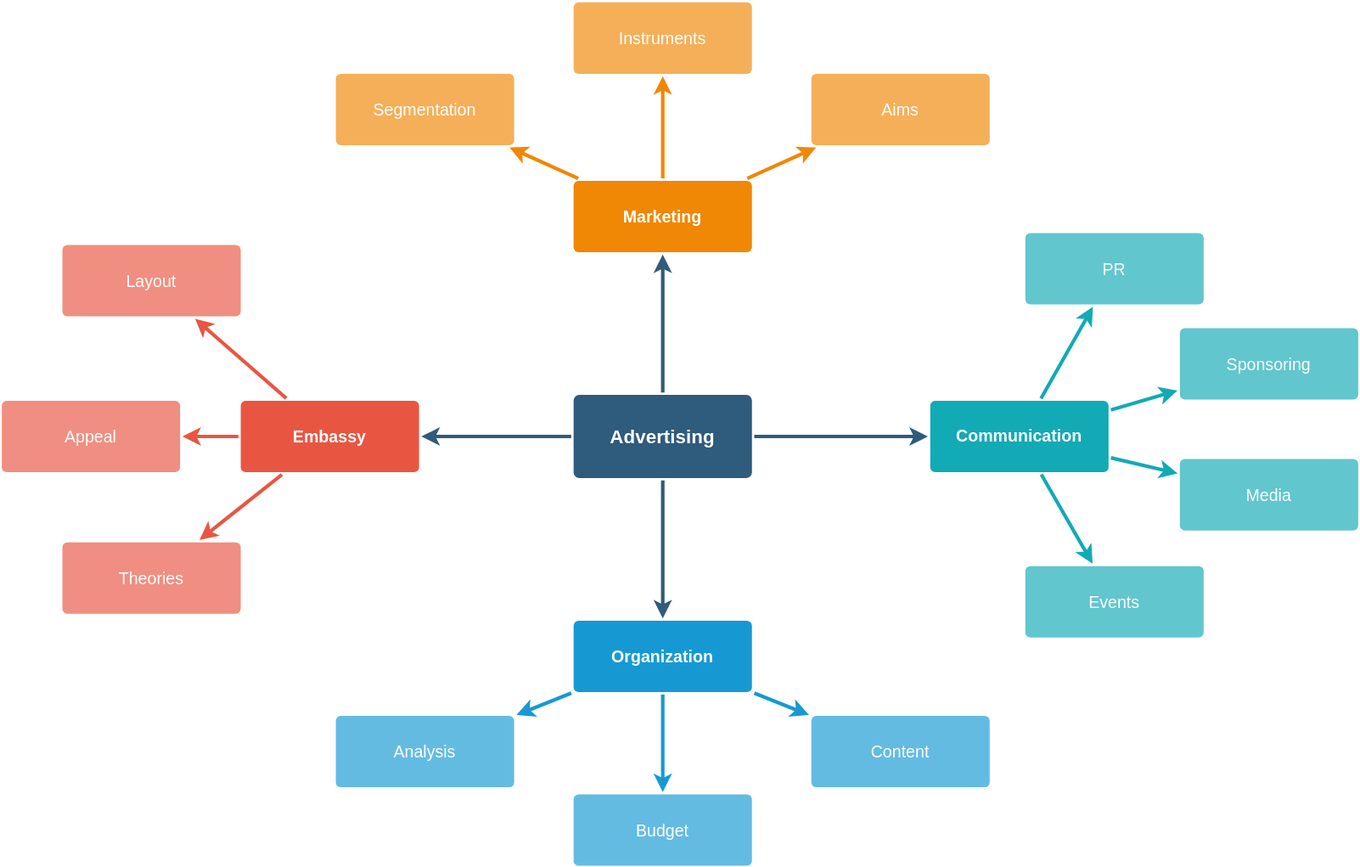
SandWind/unitylearn keeps this draw.io diagram as unitylearn.svg. Above is the earlier version. Source tidied: cells renumbered, new cells last; positions are measured from the earlier drawing's top-left corner, leaving out a move shared by most shapes. Its diagram source:
```xml
<mxGraphModel background="#ffffff">
  <root>
    <mxCell id="0" />
    <mxCell id="1" parent="0" />
    <mxCell id="2" style="edgeStyle=none;rounded=0;jumpStyle=none;html=1;shadow=0;labelBackgroundColor=none;startArrow=none;startFill=0;endArrow=classic;endFill=1;jettySize=auto;strokeColor=#2F5B7C;strokeWidth=3;fontFamily=Helvetica;fontSize=16;fontColor=#23445D;spacing=5;" parent="1" edge="1" source="6" target="21">
      <mxGeometry relative="1" as="geometry" />
    </mxCell>
    <mxCell id="3" style="edgeStyle=none;rounded=0;jumpStyle=none;html=1;shadow=0;labelBackgroundColor=none;startArrow=none;startFill=0;endArrow=classic;endFill=1;jettySize=auto;strokeColor=#2F5B7C;strokeWidth=3;fontFamily=Helvetica;fontSize=16;fontColor=#23445D;spacing=5;" parent="1" edge="1" source="6" target="28">
      <mxGeometry relative="1" as="geometry" />
    </mxCell>
    <mxCell id="4" style="edgeStyle=none;rounded=0;jumpStyle=none;html=1;shadow=0;labelBackgroundColor=none;startArrow=none;startFill=0;endArrow=classic;endFill=1;jettySize=auto;strokeColor=#2F5B7C;strokeWidth=3;fontFamily=Helvetica;fontSize=16;fontColor=#23445D;spacing=5;" parent="1" edge="1" source="6" target="17">
      <mxGeometry relative="1" as="geometry" />
    </mxCell>
    <mxCell id="5" style="edgeStyle=none;rounded=0;jumpStyle=none;html=1;shadow=0;labelBackgroundColor=none;startArrow=none;startFill=0;endArrow=classic;endFill=1;jettySize=auto;strokeColor=#2F5B7C;strokeWidth=3;fontFamily=Helvetica;fontSize=16;fontColor=#23445D;spacing=5;" parent="1" edge="1" source="6" target="10">
      <mxGeometry relative="1" as="geometry" />
    </mxCell>
    <mxCell id="6" value="Advertising" style="rounded=1;whiteSpace=wrap;html=1;shadow=0;labelBackgroundColor=none;strokeColor=none;strokeWidth=3;fillColor=#2F5B7C;fontFamily=Helvetica;fontSize=16;fontColor=#FFFFFF;align=center;fontStyle=1;spacing=5;arcSize=7;perimeterSpacing=2;" parent="1" vertex="1">
      <mxGeometry x="481" y="330.5" width="150" height="70" as="geometry" />
    </mxCell>
    <mxCell id="7" style="edgeStyle=none;rounded=1;jumpStyle=none;html=1;shadow=0;labelBackgroundColor=none;startArrow=none;startFill=0;jettySize=auto;strokeColor=#E85642;strokeWidth=3;fontFamily=Helvetica;fontSize=14;fontColor=#FFFFFF;spacing=5;fontStyle=1;fillColor=#b0e3e6;" parent="1" edge="1" source="10" target="13">
      <mxGeometry relative="1" as="geometry" />
    </mxCell>
    <mxCell id="8" style="edgeStyle=none;rounded=1;jumpStyle=none;html=1;shadow=0;labelBackgroundColor=none;startArrow=none;startFill=0;jettySize=auto;strokeColor=#E85642;strokeWidth=3;fontFamily=Helvetica;fontSize=14;fontColor=#FFFFFF;spacing=5;fontStyle=1;fillColor=#b0e3e6;" parent="1" edge="1" source="10" target="12">
      <mxGeometry relative="1" as="geometry" />
    </mxCell>
    <mxCell id="9" style="edgeStyle=none;rounded=1;jumpStyle=none;html=1;shadow=0;labelBackgroundColor=none;startArrow=none;startFill=0;jettySize=auto;strokeColor=#E85642;strokeWidth=3;fontFamily=Helvetica;fontSize=14;fontColor=#FFFFFF;spacing=5;fontStyle=1;fillColor=#b0e3e6;" parent="1" edge="1" source="10" target="11">
      <mxGeometry relative="1" as="geometry" />
    </mxCell>
    <mxCell id="10" value="Embassy" style="rounded=1;whiteSpace=wrap;html=1;shadow=0;labelBackgroundColor=none;strokeColor=none;strokeWidth=3;fillColor=#e85642;fontFamily=Helvetica;fontSize=14;fontColor=#FFFFFF;align=center;spacing=5;fontStyle=1;arcSize=7;perimeterSpacing=2;" parent="1" vertex="1">
      <mxGeometry x="201" y="335.5" width="150" height="60" as="geometry" />
    </mxCell>
    <mxCell id="11" value="Theories" style="rounded=1;whiteSpace=wrap;html=1;shadow=0;labelBackgroundColor=none;strokeColor=none;strokeWidth=3;fillColor=#f08e81;fontFamily=Helvetica;fontSize=14;fontColor=#FFFFFF;align=center;spacing=5;fontStyle=0;arcSize=7;perimeterSpacing=2;" parent="1" vertex="1">
      <mxGeometry x="51" y="454.5" width="150" height="60" as="geometry" />
    </mxCell>
    <mxCell id="12" value="Appeal" style="rounded=1;whiteSpace=wrap;html=1;shadow=0;labelBackgroundColor=none;strokeColor=none;strokeWidth=3;fillColor=#f08e81;fontFamily=Helvetica;fontSize=14;fontColor=#FFFFFF;align=center;spacing=5;fontStyle=0;arcSize=7;perimeterSpacing=2;" parent="1" vertex="1">
      <mxGeometry y="335.5" width="150" height="60" as="geometry" />
    </mxCell>
    <mxCell id="13" value="Layout" style="rounded=1;whiteSpace=wrap;html=1;shadow=0;labelBackgroundColor=none;strokeColor=none;strokeWidth=3;fillColor=#f08e81;fontFamily=Helvetica;fontSize=14;fontColor=#FFFFFF;align=center;spacing=5;fontStyle=0;arcSize=7;perimeterSpacing=2;" parent="1" vertex="1">
      <mxGeometry x="51" y="204.5" width="150" height="60" as="geometry" />
    </mxCell>
    <mxCell id="14" style="edgeStyle=none;rounded=0;jumpStyle=none;html=1;shadow=0;labelBackgroundColor=none;startArrow=none;startFill=0;endArrow=classic;endFill=1;jettySize=auto;strokeColor=#1699D3;strokeWidth=3;fontFamily=Helvetica;fontSize=14;fontColor=#FFFFFF;spacing=5;" parent="1" edge="1" source="17" target="20">
      <mxGeometry relative="1" as="geometry" />
    </mxCell>
    <mxCell id="15" style="edgeStyle=none;rounded=0;jumpStyle=none;html=1;shadow=0;labelBackgroundColor=none;startArrow=none;startFill=0;endArrow=classic;endFill=1;jettySize=auto;strokeColor=#1699D3;strokeWidth=3;fontFamily=Helvetica;fontSize=14;fontColor=#FFFFFF;spacing=5;" parent="1" edge="1" source="17" target="19">
      <mxGeometry relative="1" as="geometry" />
    </mxCell>
    <mxCell id="16" style="edgeStyle=none;rounded=0;jumpStyle=none;html=1;shadow=0;labelBackgroundColor=none;startArrow=none;startFill=0;endArrow=classic;endFill=1;jettySize=auto;strokeColor=#1699D3;strokeWidth=3;fontFamily=Helvetica;fontSize=14;fontColor=#FFFFFF;spacing=5;" parent="1" edge="1" source="17" target="18">
      <mxGeometry relative="1" as="geometry" />
    </mxCell>
    <mxCell id="17" value="Organization" style="rounded=1;whiteSpace=wrap;html=1;shadow=0;labelBackgroundColor=none;strokeColor=none;strokeWidth=3;fillColor=#1699d3;fontFamily=Helvetica;fontSize=14;fontColor=#FFFFFF;align=center;spacing=5;fontStyle=1;arcSize=7;perimeterSpacing=2;" parent="1" vertex="1">
      <mxGeometry x="481" y="520.5" width="150" height="60" as="geometry" />
    </mxCell>
    <mxCell id="18" value="Content" style="rounded=1;whiteSpace=wrap;html=1;shadow=0;labelBackgroundColor=none;strokeColor=none;strokeWidth=3;fillColor=#64bbe2;fontFamily=Helvetica;fontSize=14;fontColor=#FFFFFF;align=center;spacing=5;arcSize=7;perimeterSpacing=2;" parent="1" vertex="1">
      <mxGeometry x="681" y="600.5" width="150" height="60" as="geometry" />
    </mxCell>
    <mxCell id="19" value="Budget" style="rounded=1;whiteSpace=wrap;html=1;shadow=0;labelBackgroundColor=none;strokeColor=none;strokeWidth=3;fillColor=#64bbe2;fontFamily=Helvetica;fontSize=14;fontColor=#FFFFFF;align=center;spacing=5;arcSize=7;perimeterSpacing=2;" parent="1" vertex="1">
      <mxGeometry x="481" y="666.5" width="150" height="60" as="geometry" />
    </mxCell>
    <mxCell id="20" value="Analysis" style="rounded=1;whiteSpace=wrap;html=1;shadow=0;labelBackgroundColor=none;strokeColor=none;strokeWidth=3;fillColor=#64bbe2;fontFamily=Helvetica;fontSize=14;fontColor=#FFFFFF;align=center;spacing=5;arcSize=7;perimeterSpacing=2;" parent="1" vertex="1">
      <mxGeometry x="281" y="600.5" width="150" height="60" as="geometry" />
    </mxCell>
    <mxCell id="21" value="Marketing" style="rounded=1;whiteSpace=wrap;html=1;shadow=0;labelBackgroundColor=none;strokeColor=none;strokeWidth=3;fillColor=#F08705;fontFamily=Helvetica;fontSize=14;fontColor=#FFFFFF;align=center;spacing=5;fontStyle=1;arcSize=7;perimeterSpacing=2;" parent="1" vertex="1">
      <mxGeometry x="481" y="150.5" width="150" height="60" as="geometry" />
    </mxCell>
    <mxCell id="22" value="Aims&lt;br&gt;" style="rounded=1;whiteSpace=wrap;html=1;shadow=0;labelBackgroundColor=none;strokeColor=none;strokeWidth=3;fillColor=#f5af58;fontFamily=Helvetica;fontSize=14;fontColor=#FFFFFF;align=center;spacing=5;arcSize=7;perimeterSpacing=2;" parent="1" vertex="1">
      <mxGeometry x="681" y="60.5" width="150" height="60" as="geometry" />
    </mxCell>
    <mxCell id="23" style="edgeStyle=none;rounded=0;jumpStyle=none;html=1;shadow=0;labelBackgroundColor=none;startArrow=none;startFill=0;endArrow=classic;endFill=1;jettySize=auto;strokeColor=#F08705;strokeWidth=3;fontFamily=Helvetica;fontSize=14;fontColor=#FFFFFF;spacing=5;" parent="1" edge="1" source="21" target="22">
      <mxGeometry relative="1" as="geometry" />
    </mxCell>
    <mxCell id="24" value="Instruments" style="rounded=1;whiteSpace=wrap;html=1;shadow=0;labelBackgroundColor=none;strokeColor=none;strokeWidth=3;fillColor=#f5af58;fontFamily=Helvetica;fontSize=14;fontColor=#FFFFFF;align=center;spacing=5;arcSize=7;perimeterSpacing=2;" parent="1" vertex="1">
      <mxGeometry x="481" y="0.5" width="150" height="60" as="geometry" />
    </mxCell>
    <mxCell id="25" style="edgeStyle=none;rounded=0;jumpStyle=none;html=1;shadow=0;labelBackgroundColor=none;startArrow=none;startFill=0;endArrow=classic;endFill=1;jettySize=auto;strokeColor=#F08705;strokeWidth=3;fontFamily=Helvetica;fontSize=14;fontColor=#FFFFFF;spacing=5;" parent="1" edge="1" source="21" target="24">
      <mxGeometry relative="1" as="geometry" />
    </mxCell>
    <mxCell id="26" value="Segmentation" style="rounded=1;whiteSpace=wrap;html=1;shadow=0;labelBackgroundColor=none;strokeColor=none;strokeWidth=3;fillColor=#f5af58;fontFamily=Helvetica;fontSize=14;fontColor=#FFFFFF;align=center;spacing=5;arcSize=7;perimeterSpacing=2;" parent="1" vertex="1">
      <mxGeometry x="281" y="60.5" width="150" height="60" as="geometry" />
    </mxCell>
    <mxCell id="27" style="edgeStyle=none;rounded=0;jumpStyle=none;html=1;shadow=0;labelBackgroundColor=none;startArrow=none;startFill=0;endArrow=classic;endFill=1;jettySize=auto;strokeColor=#F08705;strokeWidth=3;fontFamily=Helvetica;fontSize=14;fontColor=#FFFFFF;spacing=5;" parent="1" edge="1" source="21" target="26">
      <mxGeometry relative="1" as="geometry" />
    </mxCell>
    <mxCell id="28" value="Communication" style="rounded=1;whiteSpace=wrap;html=1;shadow=0;labelBackgroundColor=none;strokeColor=none;strokeWidth=3;fillColor=#12aab5;fontFamily=Helvetica;fontSize=14;fontColor=#FFFFFF;align=center;spacing=5;fontStyle=1;arcSize=7;perimeterSpacing=2;" parent="1" vertex="1">
      <mxGeometry x="781" y="335.5" width="150" height="60" as="geometry" />
    </mxCell>
    <mxCell id="29" value="Events" style="rounded=1;whiteSpace=wrap;html=1;shadow=0;labelBackgroundColor=none;strokeColor=none;strokeWidth=3;fillColor=#61c6ce;fontFamily=Helvetica;fontSize=14;fontColor=#FFFFFF;align=center;spacing=5;fontStyle=0;arcSize=7;perimeterSpacing=2;" parent="1" vertex="1">
      <mxGeometry x="861" y="474.5" width="150" height="60" as="geometry" />
    </mxCell>
    <mxCell id="30" style="edgeStyle=none;rounded=1;jumpStyle=none;html=1;shadow=0;labelBackgroundColor=none;startArrow=none;startFill=0;jettySize=auto;strokeColor=#12AAB5;strokeWidth=3;fontFamily=Helvetica;fontSize=14;fontColor=#FFFFFF;spacing=5;fontStyle=1;fillColor=#b0e3e6;" parent="1" edge="1" source="28" target="29">
      <mxGeometry relative="1" as="geometry" />
    </mxCell>
    <mxCell id="31" value="Media" style="rounded=1;whiteSpace=wrap;html=1;shadow=0;labelBackgroundColor=none;strokeColor=none;strokeWidth=3;fillColor=#61c6ce;fontFamily=Helvetica;fontSize=14;fontColor=#FFFFFF;align=center;spacing=5;fontStyle=0;arcSize=7;perimeterSpacing=2;" parent="1" vertex="1">
      <mxGeometry x="991" y="384.5" width="150" height="60" as="geometry" />
    </mxCell>
    <mxCell id="32" style="edgeStyle=none;rounded=1;jumpStyle=none;html=1;shadow=0;labelBackgroundColor=none;startArrow=none;startFill=0;jettySize=auto;strokeColor=#12AAB5;strokeWidth=3;fontFamily=Helvetica;fontSize=14;fontColor=#FFFFFF;spacing=5;fontStyle=1;fillColor=#b0e3e6;" parent="1" edge="1" source="28" target="31">
      <mxGeometry relative="1" as="geometry" />
    </mxCell>
    <mxCell id="33" value="Sponsoring" style="rounded=1;whiteSpace=wrap;html=1;shadow=0;labelBackgroundColor=none;strokeColor=none;strokeWidth=3;fillColor=#61c6ce;fontFamily=Helvetica;fontSize=14;fontColor=#FFFFFF;align=center;spacing=5;fontStyle=0;arcSize=7;perimeterSpacing=2;" parent="1" vertex="1">
      <mxGeometry x="991" y="274.5" width="150" height="60" as="geometry" />
    </mxCell>
    <mxCell id="34" style="edgeStyle=none;rounded=1;jumpStyle=none;html=1;shadow=0;labelBackgroundColor=none;startArrow=none;startFill=0;jettySize=auto;strokeColor=#12AAB5;strokeWidth=3;fontFamily=Helvetica;fontSize=14;fontColor=#FFFFFF;spacing=5;fontStyle=1;fillColor=#b0e3e6;" parent="1" edge="1" source="28" target="33">
      <mxGeometry relative="1" as="geometry" />
    </mxCell>
    <mxCell id="35" value="PR" style="rounded=1;whiteSpace=wrap;html=1;shadow=0;labelBackgroundColor=none;strokeColor=none;strokeWidth=3;fillColor=#61c6ce;fontFamily=Helvetica;fontSize=14;fontColor=#FFFFFF;align=center;spacing=5;fontStyle=0;arcSize=7;perimeterSpacing=2;" parent="1" vertex="1">
      <mxGeometry x="861" y="194.5" width="150" height="60" as="geometry" />
    </mxCell>
    <mxCell id="36" style="edgeStyle=none;rounded=1;jumpStyle=none;html=1;shadow=0;labelBackgroundColor=none;startArrow=none;startFill=0;jettySize=auto;strokeColor=#12AAB5;strokeWidth=3;fontFamily=Helvetica;fontSize=14;fontColor=#FFFFFF;spacing=5;fontStyle=1;fillColor=#b0e3e6;" parent="1" edge="1" source="28" target="35">
      <mxGeometry relative="1" as="geometry" />
    </mxCell>
  </root>
</mxGraphModel>
```
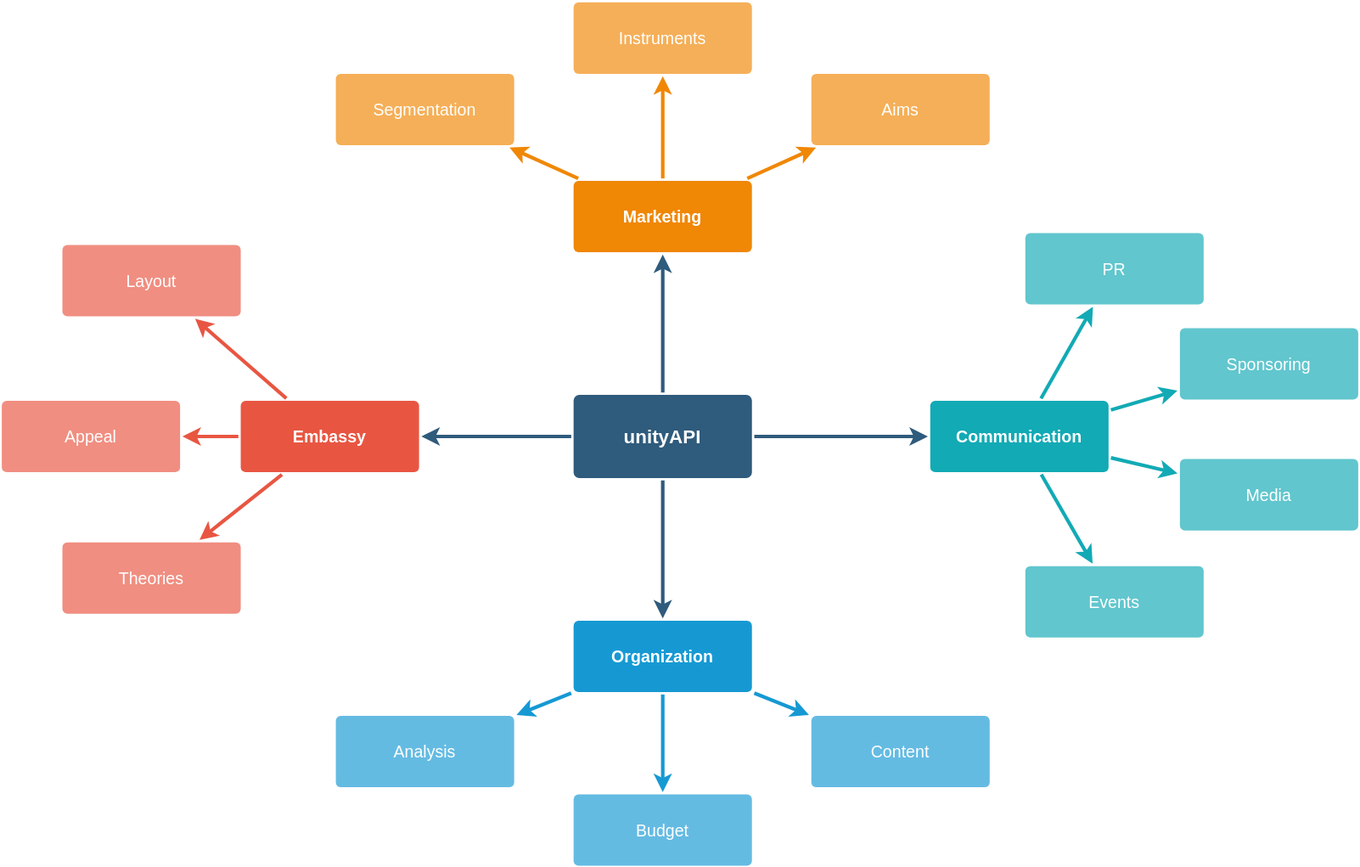
Above is the later version.

Change to the diagram source:
```diff
@@ -14,7 +14,7 @@
     <mxCell id="5" style="edgeStyle=none;rounded=0;jumpStyle=none;html=1;shadow=0;labelBackgroundColor=none;startArrow=none;startFill=0;endArrow=classic;endFill=1;jettySize=auto;strokeColor=#2F5B7C;strokeWidth=3;fontFamily=Helvetica;fontSize=16;fontColor=#23445D;spacing=5;" parent="1" edge="1" source="6" target="10">
       <mxGeometry relative="1" as="geometry" />
     </mxCell>
-    <mxCell id="6" value="Advertising" style="rounded=1;whiteSpace=wrap;html=1;shadow=0;labelBackgroundColor=none;strokeColor=none;strokeWidth=3;fillColor=#2F5B7C;fontFamily=Helvetica;fontSize=16;fontColor=#FFFFFF;align=center;fontStyle=1;spacing=5;arcSize=7;perimeterSpacing=2;" parent="1" vertex="1">
+    <mxCell id="6" value="unityAPI" style="rounded=1;whiteSpace=wrap;html=1;shadow=0;labelBackgroundColor=none;strokeColor=none;strokeWidth=3;fillColor=#2F5B7C;fontFamily=Helvetica;fontSize=16;fontColor=#FFFFFF;align=center;fontStyle=1;spacing=5;arcSize=7;perimeterSpacing=2;" parent="1" vertex="1">
       <mxGeometry x="481" y="330.5" width="150" height="70" as="geometry" />
     </mxCell>
     <mxCell id="7" style="edgeStyle=none;rounded=1;jumpStyle=none;html=1;shadow=0;labelBackgroundColor=none;startArrow=none;startFill=0;jettySize=auto;strokeColor=#E85642;strokeWidth=3;fontFamily=Helvetica;fontSize=14;fontColor=#FFFFFF;spacing=5;fontStyle=1;fillColor=#b0e3e6;" parent="1" edge="1" source="10" target="13">
```
